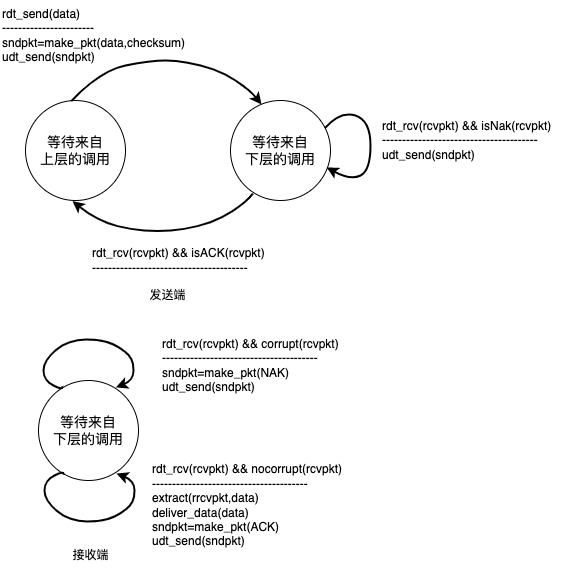
Earlier version of the draw.io export net_t_d/未命名绘图.drawio.png (zhaole0606/pic). Source tidied: cells renumbered, new cells last; positions are measured from the earlier drawing's top-left corner, leaving out a move shared by most shapes.
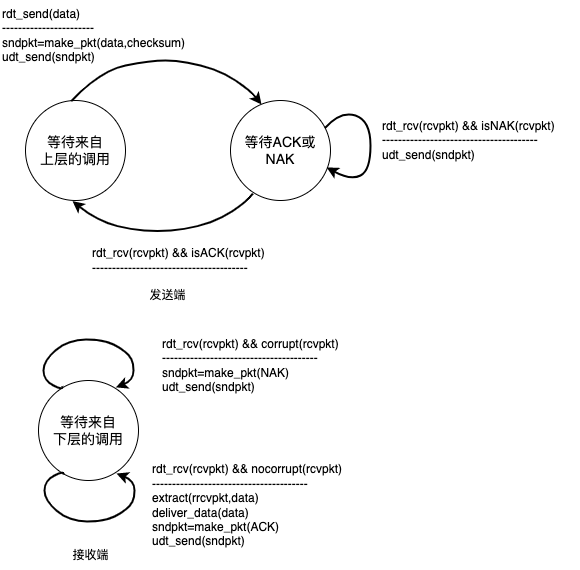
The same diagram one commit later.

Commit message:
更新未命名绘图.drawio.png

The edit, as a diff of the source:
```diff
@@ -19,8 +19,8 @@
     <mxCell id="4" value="&lt;font style=&quot;font-size: 12px;&quot;&gt;rdt_send(data)&lt;br&gt;-----------------------&lt;br&gt;sndpkt=make_pkt(data,checksum)&lt;br&gt;udt_send(sndpkt)&lt;/font&gt;" style="text;html=1;align=left;verticalAlign=middle;strokeColor=none;fillColor=none;" parent="1" vertex="1">
       <mxGeometry width="210" height="70" as="geometry" />
     </mxCell>
-    <mxCell id="5" value="rdt_rcv(rcvpkt) &amp;amp;&amp;amp; isNak(rcvpkt)&lt;br&gt;---------------------------------------&lt;br&gt;udt_send(sndpkt)" style="text;html=1;align=left;verticalAlign=middle;strokeColor=none;fillColor=none;" parent="1" vertex="1">
-      <mxGeometry x="380" y="110" width="190" height="60" as="geometry" />
+    <mxCell id="5" value="rdt_rcv(rcvpkt) &amp;amp;&amp;amp; isNAK(rcvpkt)&lt;br&gt;---------------------------------------&lt;br&gt;udt_send(sndpkt)" style="text;html=1;align=left;verticalAlign=middle;strokeColor=none;fillColor=none;" parent="1" vertex="1">
+      <mxGeometry x="380" y="110" width="200" height="60" as="geometry" />
     </mxCell>
     <mxCell id="6" value="发送端" style="text;html=1;align=center;verticalAlign=middle;strokeColor=none;fillColor=none;fontSize=11;fontFamily=Helvetica;fontColor=default;" parent="1" vertex="1">
       <mxGeometry x="137" y="280" width="60" height="30" as="geometry" />
@@ -28,7 +28,7 @@
     <mxCell id="7" value="接收端" style="text;html=1;align=center;verticalAlign=middle;strokeColor=none;fillColor=none;fontSize=11;fontFamily=Helvetica;fontColor=default;" parent="1" vertex="1">
       <mxGeometry x="60" y="540" width="60" height="30" as="geometry" />
     </mxCell>
-    <mxCell id="8" value="&lt;font style=&quot;font-size: 14px;&quot;&gt;等待来自&lt;br&gt;下层的调用&lt;/font&gt;" style="ellipse;whiteSpace=wrap;html=1;" parent="1" vertex="1">
+    <mxCell id="8" value="&lt;font style=&quot;font-size: 14px;&quot;&gt;等待ACK或NAK&lt;/font&gt;" style="ellipse;whiteSpace=wrap;html=1;" parent="1" vertex="1">
       <mxGeometry x="230" y="100" width="100" height="100" as="geometry" />
     </mxCell>
     <mxCell id="9" style="curved=1;endArrow=classic;html=1;rounded=0;exitX=0.945;exitY=0.275;exitDx=0;exitDy=0;exitPerimeter=0;entryX=0.961;entryY=0.669;entryDx=0;entryDy=0;entryPerimeter=0;fontStyle=0;strokeWidth=2;" parent="1" edge="1" source="8" target="8">
```
